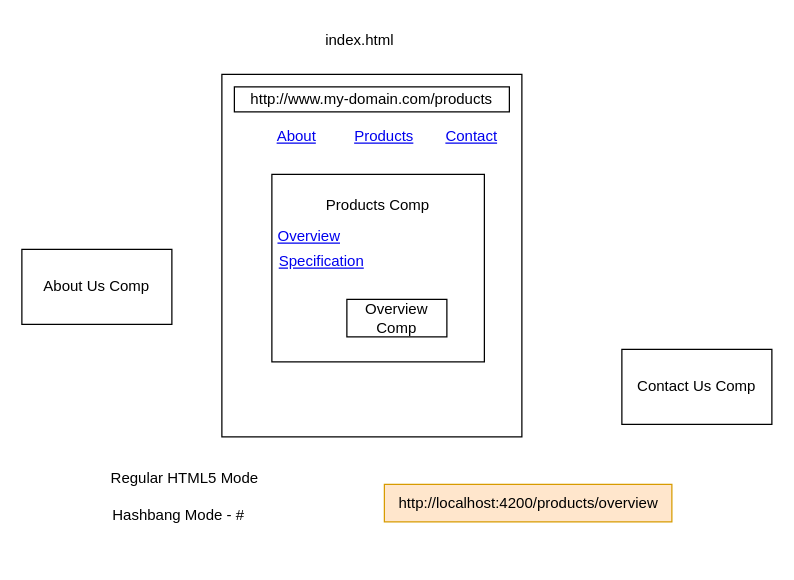
Earlier version of the draw.io diagram page "Page-9" (9 of 9) of refs/ng-diagrams.drawio (synergy2411/dec-24-ng). Source tidied: cells renumbered, new cells numbered last; positions are measured from the earlier drawing's top-left corner, leaving out a move shared by most shapes. Both pictures are drawn from the tidied source at 125%, with x=0, y=0 at pixel (21, 21).
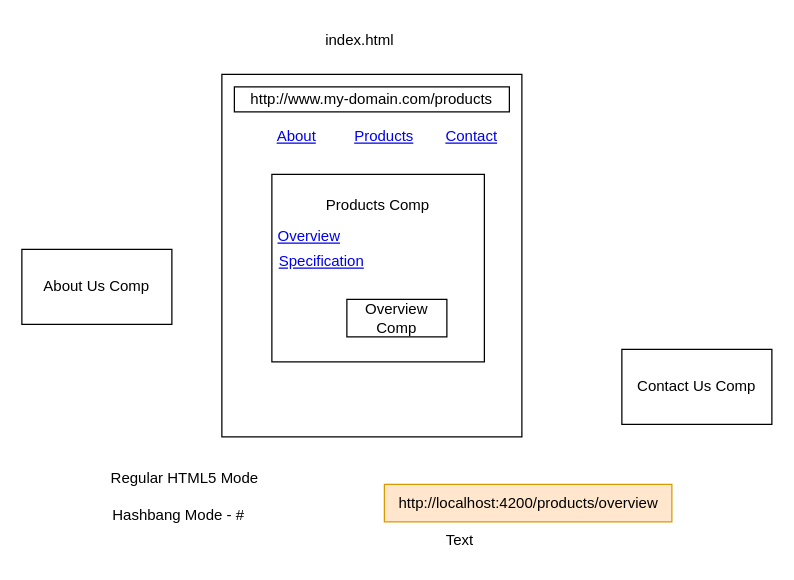
After the change.

Diff of the diagram source:
```diff
@@
 <mxGraphModel>
   <root>
     <mxCell id="0" />
     <mxCell id="1" parent="0" />
     <mxCell id="2" style="rounded=0;whiteSpace=wrap;html=1;" parent="1" vertex="1">
       <mxGeometry x="160" y="42" width="240" height="290" as="geometry" />
     </mxCell>
     <mxCell id="3" value="http://www.my-domain.com/products" style="rounded=0;whiteSpace=wrap;html=1;" parent="1" vertex="1">
       <mxGeometry x="170" y="52" width="220" height="20" as="geometry" />
     </mxCell>
     <mxCell id="4" value="index.html" style="text;html=1;align=center;verticalAlign=middle;strokeColor=none;fillColor=none;" parent="1" vertex="1">
       <mxGeometry x="230" width="80" height="30" as="geometry" />
     </mxCell>
     <mxCell id="5" value="About Us Comp" style="rounded=0;whiteSpace=wrap;html=1;" parent="1" vertex="1">
       <mxGeometry y="182" width="120" height="60" as="geometry" />
     </mxCell>
     <mxCell id="6" value="Products Comp&lt;div&gt;&lt;br&gt;&lt;/div&gt;&lt;div&gt;&lt;br&gt;&lt;/div&gt;&lt;div&gt;&lt;br&gt;&lt;/div&gt;&lt;div&gt;&lt;br&gt;&lt;/div&gt;&lt;div&gt;&lt;br&gt;&lt;/div&gt;&lt;div&gt;&lt;br&gt;&lt;/div&gt;&lt;div&gt;&lt;br&gt;&lt;/div&gt;" style="rounded=0;whiteSpace=wrap;html=1;" parent="1" vertex="1">
       <mxGeometry x="200" y="122" width="170" height="150" as="geometry" />
     </mxCell>
     <mxCell id="7" value="Contact Us Comp" style="rounded=0;whiteSpace=wrap;html=1;" parent="1" vertex="1">
       <mxGeometry x="480" y="262" width="120" height="60" as="geometry" />
     </mxCell>
     <mxCell id="8" value="About" style="text;html=1;strokeColor=none;fillColor=none;whiteSpace=wrap;align=center;verticalAlign=middle;fontColor=#0000EE;fontStyle=4;" parent="1" vertex="1">
       <mxGeometry x="190" y="72" width="60" height="40" as="geometry" />
     </mxCell>
     <mxCell id="9" value="Products" style="text;html=1;strokeColor=none;fillColor=none;whiteSpace=wrap;align=center;verticalAlign=middle;fontColor=#0000EE;fontStyle=4;" parent="1" vertex="1">
       <mxGeometry x="260" y="72" width="60" height="40" as="geometry" />
     </mxCell>
     <mxCell id="10" value="Contact" style="text;html=1;strokeColor=none;fillColor=none;whiteSpace=wrap;align=center;verticalAlign=middle;fontColor=#0000EE;fontStyle=4;" parent="1" vertex="1">
       <mxGeometry x="330" y="72" width="60" height="40" as="geometry" />
     </mxCell>
     <mxCell id="11" value="Regular HTML5 Mode" style="text;html=1;align=center;verticalAlign=middle;strokeColor=none;fillColor=none;" parent="1" vertex="1">
       <mxGeometry x="60" y="350" width="140" height="30" as="geometry" />
     </mxCell>
     <mxCell id="12" value="Hashbang Mode - #" style="text;html=1;align=center;verticalAlign=middle;strokeColor=none;fillColor=none;" parent="1" vertex="1">
       <mxGeometry x="60" y="380" width="130" height="30" as="geometry" />
     </mxCell>
     <mxCell id="13" value="Overview" style="text;html=1;strokeColor=none;fillColor=none;whiteSpace=wrap;align=center;verticalAlign=middle;fontColor=#0000EE;fontStyle=4;" parent="1" vertex="1">
       <mxGeometry x="200" y="152" width="60" height="40" as="geometry" />
     </mxCell>
     <mxCell id="14" value="Specification" style="text;html=1;strokeColor=none;fillColor=none;whiteSpace=wrap;align=center;verticalAlign=middle;fontColor=#0000EE;fontStyle=4;" parent="1" vertex="1">
       <mxGeometry x="210" y="172" width="60" height="40" as="geometry" />
     </mxCell>
     <mxCell id="15" value="http://localhost:4200/products/overview" style="text;html=1;align=center;verticalAlign=middle;strokeColor=#d79b00;fillColor=#ffe6cc;" parent="1" vertex="1">
       <mxGeometry x="290" y="370" width="230" height="30" as="geometry" />
     </mxCell>
     <mxCell id="16" value="Overview Comp" style="rounded=0;whiteSpace=wrap;html=1;" parent="1" vertex="1">
       <mxGeometry x="260" y="222" width="80" height="30" as="geometry" />
     </mxCell>
+    <mxCell id="17" value="Text" style="text;html=1;align=center;verticalAlign=middle;strokeColor=none;fillColor=none;" parent="1" vertex="1">
+      <mxGeometry x="325" y="400" width="50" height="30" as="geometry" />
+    </mxCell>
   </root>
 </mxGraphModel>
```
